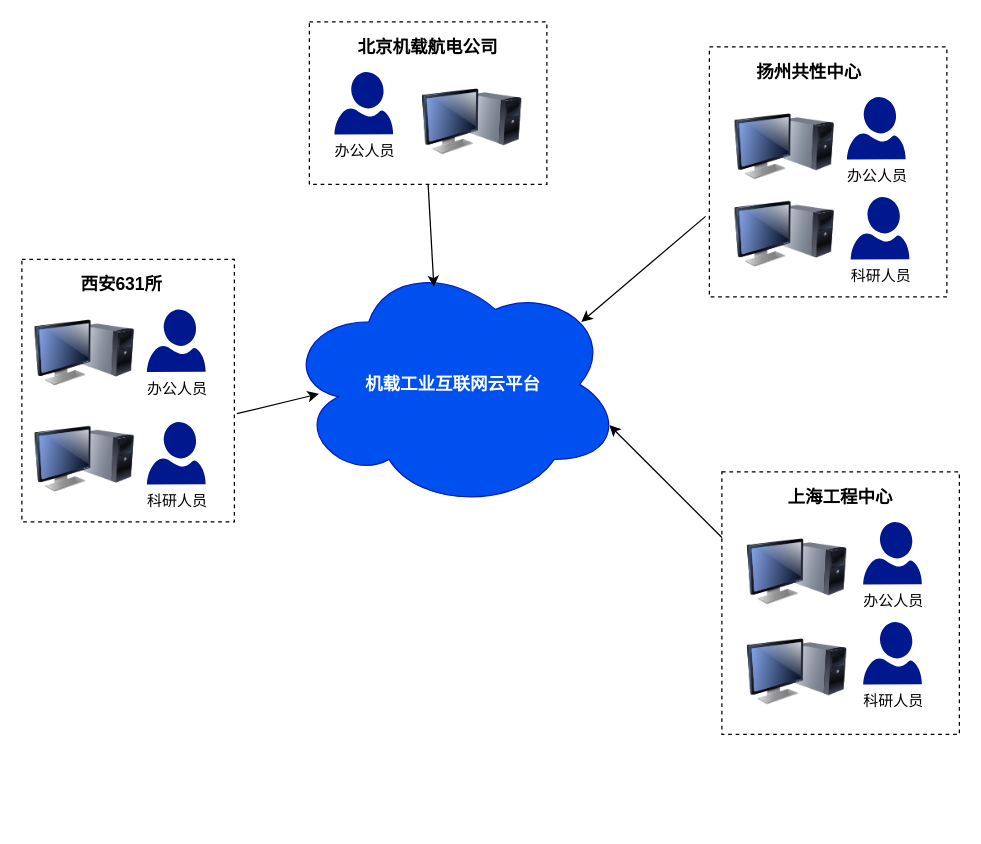
The draw.io diagram 基于虚拟化的云平台架构.drawio in luomoweilan/draw, before the edit. Source tidied: cells renumbered, new cells numbered last; positions are measured from the earlier drawing's top-left corner, leaving out a move shared by most shapes. Both pictures are drawn from the tidied source at 125%, with x=0, y=0 at pixel (21, 21).
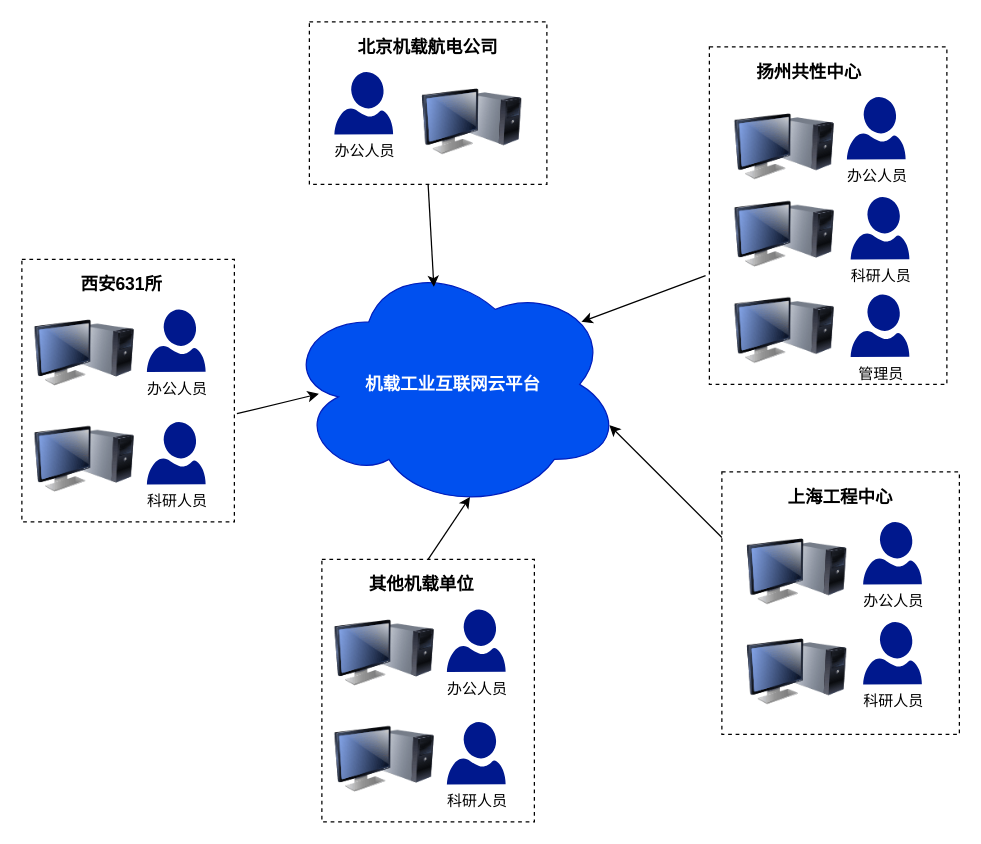
The same page after the edit.

Commit message (it also covers changes not shown here):
更新基于虚拟化的云平台架构.drawio

Unchanged cells that the change refers to:
```xml
<mxCell id="5" value="&lt;font style=&quot;font-size: 14px&quot;&gt;&lt;b&gt;机载工业互联网云平台&lt;/b&gt;&lt;/font&gt;" style="ellipse;shape=cloud;whiteSpace=wrap;html=1;fillColor=#0050ef;strokeColor=#001DBC;fontColor=#ffffff;" parent="1" vertex="1">
  <mxGeometry x="210" y="190" width="270" height="200" as="geometry" />
</mxCell>
```

The edit, as a diff of the source:
```diff
@@
     <mxCell id="22" style="rounded=0;whiteSpace=wrap;html=1;dashed=1;" parent="1" vertex="1">
-      <mxGeometry x="550" y="20" width="190" height="200" as="geometry" />
+      <mxGeometry x="550" y="20" width="190" height="270" as="geometry" />
     </mxCell>
@@
+    <mxCell id="29" style="rounded=0;whiteSpace=wrap;html=1;dashed=1;" parent="1" vertex="1">
+      <mxGeometry x="240" y="430" width="170" height="210" as="geometry" />
+    </mxCell>
+    <mxCell id="30" style="image;html=1;image=img/lib/clip_art/computers/Monitor_Tower_128x128.png;" parent="1" vertex="1">
+      <mxGeometry x="250" y="465" width="80" height="80" as="geometry" />
+    </mxCell>
+    <mxCell id="31" style="image;html=1;image=img/lib/clip_art/computers/Monitor_Tower_128x128.png;" parent="1" vertex="1">
+      <mxGeometry x="250" y="550" width="80" height="80" as="geometry" />
+    </mxCell>
+    <mxCell id="32" value="办公人员" style="shadow=0;dashed=0;html=1;strokeColor=none;labelPosition=center;verticalLabelPosition=bottom;verticalAlign=top;align=center;fillColor=#00188D;shape=mxgraph.azure.user;" parent="1" vertex="1">
+      <mxGeometry x="340" y="470" width="47" height="50" as="geometry" />
+    </mxCell>
+    <mxCell id="33" value="科研人员" style="shadow=0;dashed=0;html=1;strokeColor=none;labelPosition=center;verticalLabelPosition=bottom;verticalAlign=top;align=center;fillColor=#00188D;shape=mxgraph.azure.user;" parent="1" vertex="1">
+      <mxGeometry x="340" y="560" width="47" height="50" as="geometry" />
+    </mxCell>
+    <mxCell id="34" value="&lt;span style=&quot;font-size: 14px&quot;&gt;&lt;b&gt;其他机载单位&lt;/b&gt;&lt;/span&gt;" style="text;html=1;strokeColor=none;fillColor=none;align=center;verticalAlign=middle;whiteSpace=wrap;rounded=0;dashed=1;" parent="1" vertex="1">
+      <mxGeometry x="270" y="440" width="100" height="20" as="geometry" />
+    </mxCell>
+    <mxCell id="35" style="endArrow=classic;html=1;exitX=0.5;exitY=0;exitDx=0;exitDy=0;entryX=0.55;entryY=0.95;entryDx=0;entryDy=0;entryPerimeter=0;" parent="1" edge="1" source="29" target="5">
+      <mxGeometry relative="1" as="geometry" />
+    </mxCell>
+    <mxCell id="36" style="image;html=1;image=img/lib/clip_art/computers/Monitor_Tower_128x128.png;" parent="1" vertex="1">
+      <mxGeometry x="570" y="207" width="80" height="80" as="geometry" />
+    </mxCell>
+    <mxCell id="37" value="管理员" style="shadow=0;dashed=0;html=1;strokeColor=none;labelPosition=center;verticalLabelPosition=bottom;verticalAlign=top;align=center;fillColor=#00188D;shape=mxgraph.azure.user;" parent="1" vertex="1">
+      <mxGeometry x="663" y="218" width="47" height="50" as="geometry" />
+    </mxCell>
```
